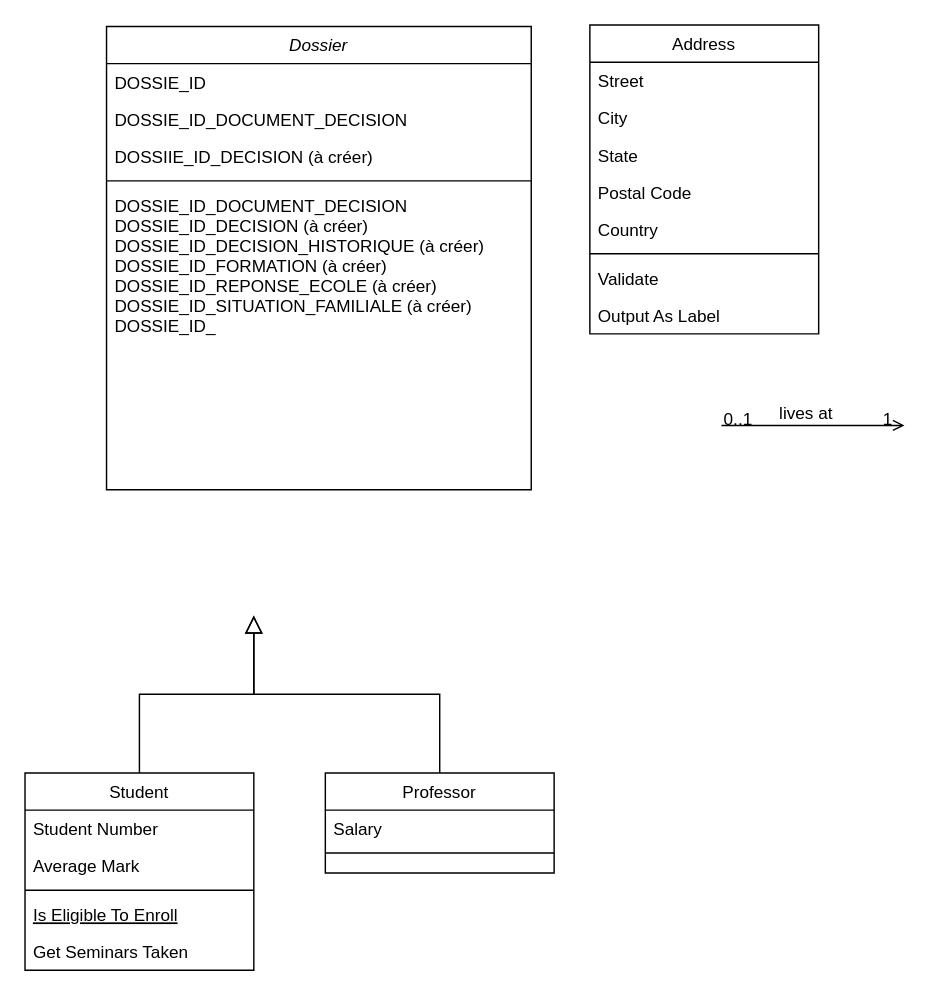
Earlier version of the draw.io diagram Diagramme sans nom.drawio (Jorissalmon/DU_Data_Management). Source tidied: cells renumbered, new cells numbered last; positions are measured from the earlier drawing's top-left corner, leaving out a move shared by most shapes. Both pictures are drawn from the tidied source at 143%, with x=0, y=0 at pixel (24, 24).
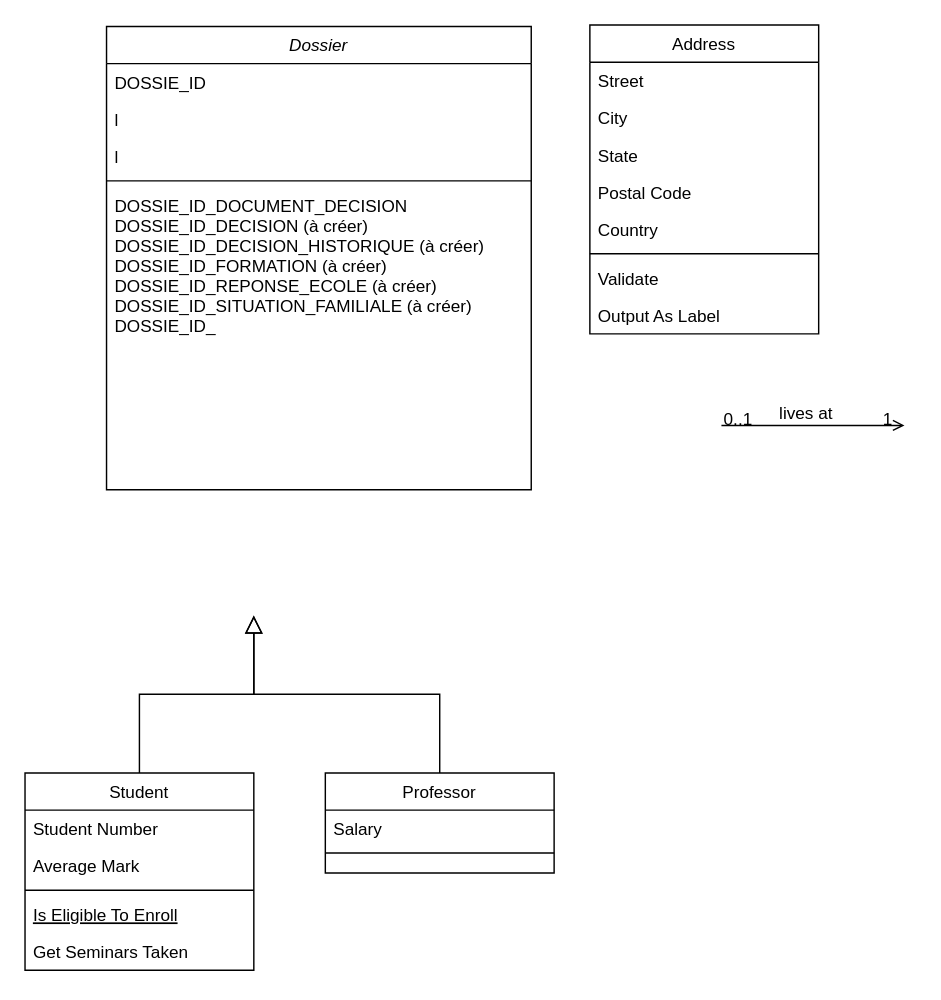
After the change.

The change refers to these unchanged cells:
```xml
<mxCell id="2" value="Dossier" style="swimlane;fontStyle=2;align=center;verticalAlign=top;horizontal=1;startSize=26;rounded=0;shadow=0;strokeWidth=1;" parent="1" vertex="1">
  <mxGeometry x="57" y="1" width="297" height="324" as="geometry" />
</mxCell>
```

Change to the diagram source:
```diff
@@
-    <mxCell id="4" value="DOSSIE_ID_DOCUMENT_DECISION" style="text;align=left;verticalAlign=top;spacingLeft=4;spacingRight=4;overflow=hidden;rounded=0;shadow=0;html=0;" parent="2" vertex="1">
+    <mxCell id="4" value="l" style="text;align=left;verticalAlign=top;spacingLeft=4;spacingRight=4;overflow=hidden;rounded=0;shadow=0;html=0;" parent="2" vertex="1">
       <mxGeometry y="52" width="297" height="26" as="geometry" />
     </mxCell>
-    <mxCell id="5" value="DOSSIIE_ID_DECISION (à créer)" style="text;align=left;verticalAlign=top;spacingLeft=4;spacingRight=4;overflow=hidden;rounded=0;shadow=0;html=0;" parent="2" vertex="1">
+    <mxCell id="5" value="l" style="text;align=left;verticalAlign=top;spacingLeft=4;spacingRight=4;overflow=hidden;rounded=0;shadow=0;html=0;" parent="2" vertex="1">
       <mxGeometry y="78" width="297" height="26" as="geometry" />
     </mxCell>
```
